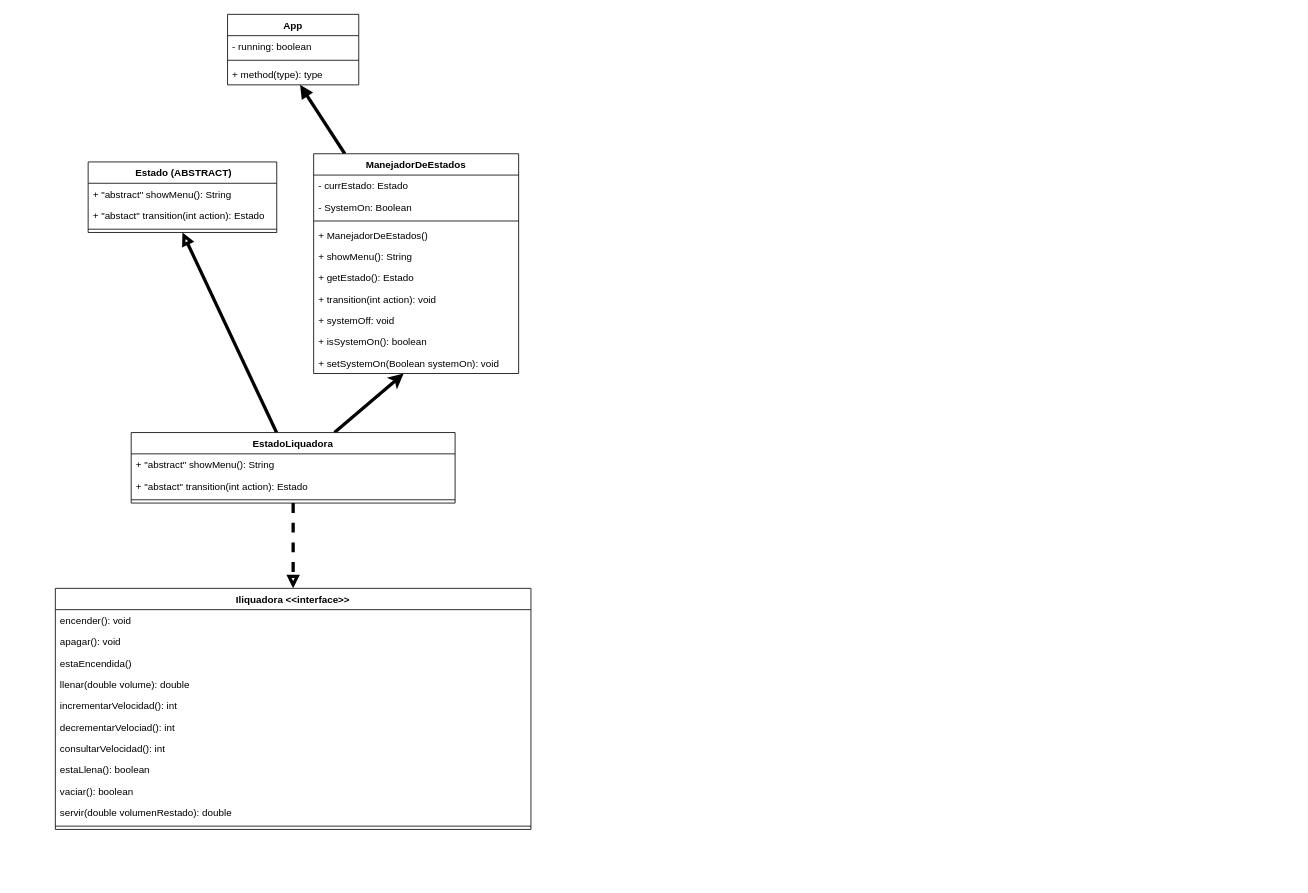
Above: app/Analysis/ULM.drawio in adrianArimany/CC2016_Hojas_trabajos (draw.io), before the change. Source tidied: cells renumbered, new cells numbered last; positions are measured from the earlier drawing's top-left corner, leaving out a move shared by most shapes. Both pictures are drawn from the tidied source at 82%, with x=0, y=0 at pixel (55, 14).
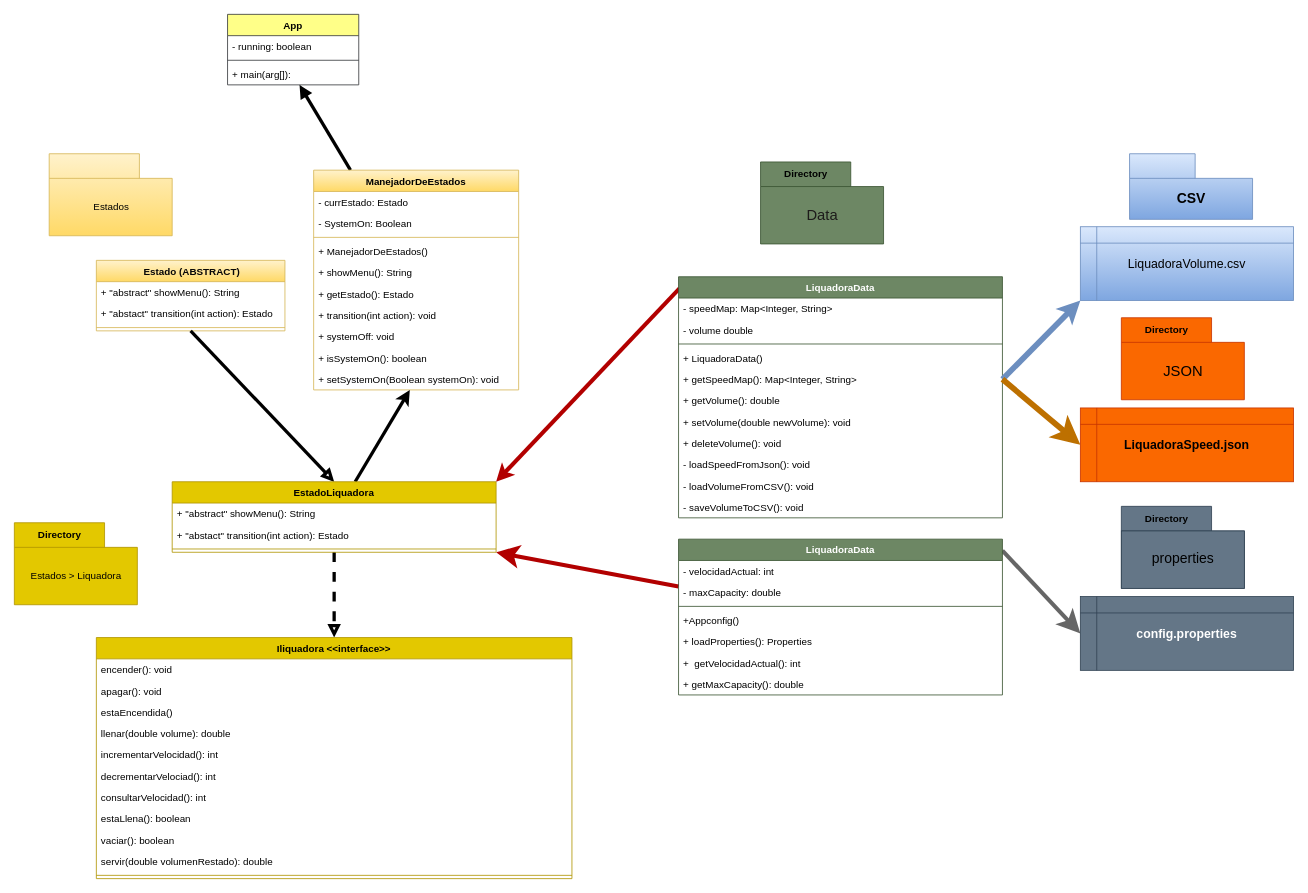
The same page after the edit.

The edit, as a diff of the source:
```diff
@@
-    <mxCell id="2" value="App" style="swimlane;fontStyle=1;align=center;verticalAlign=top;horizontal=1;startSize=26;" parent="1" vertex="1">
+    <mxCell id="2" value="App" style="swimlane;fontStyle=1;align=center;verticalAlign=top;horizontal=1;startSize=26;fillColor=#ffff88;strokeColor=#36393d;fontColor=#000000;" parent="1" vertex="1">
       <mxGeometry x="210" width="160" height="86" as="geometry" />
     </mxCell>
@@
-    <mxCell id="5" value="+ method(type): type" style="text;strokeColor=none;fillColor=none;align=left;verticalAlign=top;spacingLeft=4;spacingRight=4;overflow=hidden;points=[[0,0.5],[1,0.5]];portConstraint=eastwest;" parent="2" vertex="1">
+    <mxCell id="5" value="+ main(arg[]): " style="text;strokeColor=none;fillColor=none;align=left;verticalAlign=top;spacingLeft=4;spacingRight=4;overflow=hidden;points=[[0,0.5],[1,0.5]];portConstraint=eastwest;" parent="2" vertex="1">
       <mxGeometry y="60" width="160" height="26" as="geometry" />
     </mxCell>
-    <mxCell id="6" value=" Estado (ABSTRACT)" style="swimlane;fontStyle=1;align=center;verticalAlign=top;horizontal=1;startSize=26;" parent="1" vertex="1">
-      <mxGeometry x="40" y="180" width="230" height="86" as="geometry" />
+    <mxCell id="6" value=" Estado (ABSTRACT)" style="swimlane;fontStyle=1;align=center;verticalAlign=top;horizontal=1;startSize=26;fillColor=#fff2cc;gradientColor=#ffd966;strokeColor=#d6b656;fontColor=#080707;" parent="1" vertex="1">
+      <mxGeometry x="50" y="300" width="230" height="86" as="geometry" />
     </mxCell>
@@
-    <mxCell id="11" value="ManejadorDeEstados" style="swimlane;fontStyle=1;align=center;verticalAlign=top;horizontal=1;startSize=26;" parent="1" vertex="1">
-      <mxGeometry x="315" y="170" width="250" height="268" as="geometry" />
+    <mxCell id="11" value="ManejadorDeEstados" style="swimlane;fontStyle=1;align=center;verticalAlign=top;horizontal=1;startSize=26;fillColor=#fff2cc;gradientColor=#ffd966;strokeColor=#d6b656;fontColor=#000000;" parent="1" vertex="1">
+      <mxGeometry x="315" y="190" width="250" height="268" as="geometry" />
     </mxCell>
@@
-    <mxCell id="23" style="edgeStyle=none;html=1;entryX=0.5;entryY=1;entryDx=0;entryDy=0;strokeWidth=4;endArrow=block;endFill=0;" parent="1" edge="1" source="25" target="6">
+    <mxCell id="23" style="edgeStyle=none;html=1;entryX=0.5;entryY=0;entryDx=0;entryDy=0;strokeWidth=4;endArrow=block;endFill=0;exitX=0.5;exitY=1;exitDx=0;exitDy=0;" parent="1" edge="1" source="6" target="25">
       <mxGeometry relative="1" as="geometry" />
     </mxCell>
@@
-    <mxCell id="25" value=" EstadoLiquadora " style="swimlane;fontStyle=1;align=center;verticalAlign=top;horizontal=1;startSize=26;" parent="1" vertex="1">
-      <mxGeometry x="92.5" y="510" width="395" height="86" as="geometry" />
+    <mxCell id="25" value=" EstadoLiquadora " style="swimlane;fontStyle=1;align=center;verticalAlign=top;horizontal=1;startSize=26;fillColor=#e3c800;fontColor=#000000;strokeColor=#B09500;" parent="1" vertex="1">
+      <mxGeometry x="142.5" y="570" width="395" height="86" as="geometry" />
     </mxCell>
@@
-    <mxCell id="29" value="Iliquadora &lt;&lt;interface&gt;&gt;" style="swimlane;fontStyle=1;align=center;verticalAlign=top;horizontal=1;startSize=26;" parent="1" vertex="1">
-      <mxGeometry y="700" width="580" height="294" as="geometry" />
+    <mxCell id="29" value="Iliquadora &lt;&lt;interface&gt;&gt;" style="swimlane;fontStyle=1;align=center;verticalAlign=top;horizontal=1;startSize=26;fillColor=#e3c800;fontColor=#000000;strokeColor=#B09500;" parent="1" vertex="1">
+      <mxGeometry x="50" y="760" width="580" height="294" as="geometry" />
     </mxCell>
@@
+    <mxCell id="41" style="edgeStyle=none;html=1;entryX=1;entryY=0;entryDx=0;entryDy=0;exitX=0.003;exitY=0.048;exitDx=0;exitDy=0;strokeWidth=5;fillColor=#e51400;strokeColor=#B20000;exitPerimeter=0;" parent="1" edge="1" source="42" target="25">
+      <mxGeometry relative="1" as="geometry" />
+    </mxCell>
+    <mxCell id="42" value="LiquadoraData" style="swimlane;fontStyle=1;align=center;verticalAlign=top;horizontal=1;startSize=26;fillColor=#6d8764;strokeColor=#3A5431;fontColor=#ffffff;" parent="1" vertex="1">
+      <mxGeometry x="760" y="320" width="395" height="294" as="geometry" />
+    </mxCell>
+    <mxCell id="43" value="- speedMap: Map&lt;Integer, String&gt;" style="text;strokeColor=none;fillColor=none;align=left;verticalAlign=top;spacingLeft=4;spacingRight=4;overflow=hidden;" parent="42" vertex="1">
+      <mxGeometry y="26" width="395" height="26" as="geometry" />
+    </mxCell>
+    <mxCell id="44" value="- volume double" style="text;strokeColor=none;fillColor=none;align=left;verticalAlign=top;spacingLeft=4;spacingRight=4;overflow=hidden;" parent="42" vertex="1">
+      <mxGeometry y="52" width="395" height="26" as="geometry" />
+    </mxCell>
+    <mxCell id="45" style="line;strokeWidth=1;fillColor=none;align=left;verticalAlign=middle;spacingTop=-1;spacingLeft=3;spacingRight=3;labelPosition=right;strokeColor=inherit;" parent="42" vertex="1">
+      <mxGeometry y="78" width="395" height="8" as="geometry" />
+    </mxCell>
+    <mxCell id="46" value="+ LiquadoraData()" style="text;strokeColor=none;fillColor=none;align=left;verticalAlign=top;spacingLeft=4;spacingRight=4;overflow=hidden;" parent="42" vertex="1">
+      <mxGeometry y="86" width="395" height="26" as="geometry" />
+    </mxCell>
+    <mxCell id="47" value="+ getSpeedMap(): Map&lt;Integer, String&gt;" style="text;strokeColor=none;fillColor=none;align=left;verticalAlign=top;spacingLeft=4;spacingRight=4;overflow=hidden;points=[[0,0.5],[1,0.5]];portConstraint=eastwest;" parent="42" vertex="1">
+      <mxGeometry y="112" width="395" height="26" as="geometry" />
+    </mxCell>
+    <mxCell id="48" value="+ getVolume(): double" style="text;strokeColor=none;fillColor=none;align=left;verticalAlign=top;spacingLeft=4;spacingRight=4;overflow=hidden;" parent="42" vertex="1">
+      <mxGeometry y="138" width="395" height="26" as="geometry" />
+    </mxCell>
+    <mxCell id="49" value="+ setVolume(double newVolume): void" style="text;strokeColor=none;fillColor=none;align=left;verticalAlign=top;spacingLeft=4;spacingRight=4;overflow=hidden;" parent="42" vertex="1">
+      <mxGeometry y="164" width="395" height="26" as="geometry" />
+    </mxCell>
+    <mxCell id="50" value="+ deleteVolume(): void" style="text;strokeColor=none;fillColor=none;align=left;verticalAlign=top;spacingLeft=4;spacingRight=4;overflow=hidden;" parent="42" vertex="1">
+      <mxGeometry y="190" width="395" height="26" as="geometry" />
+    </mxCell>
+    <mxCell id="51" value="- loadSpeedFromJson(): void" style="text;strokeColor=none;fillColor=none;align=left;verticalAlign=top;spacingLeft=4;spacingRight=4;overflow=hidden;" parent="42" vertex="1">
+      <mxGeometry y="216" width="395" height="26" as="geometry" />
+    </mxCell>
+    <mxCell id="52" value="- loadVolumeFromCSV(): void" style="text;strokeColor=none;fillColor=none;align=left;verticalAlign=top;spacingLeft=4;spacingRight=4;overflow=hidden;" parent="42" vertex="1">
+      <mxGeometry y="242" width="395" height="26" as="geometry" />
+    </mxCell>
+    <mxCell id="53" value="- saveVolumeToCSV(): void" style="text;strokeColor=none;fillColor=none;align=left;verticalAlign=top;spacingLeft=4;spacingRight=4;overflow=hidden;" parent="42" vertex="1">
+      <mxGeometry y="268" width="395" height="26" as="geometry" />
+    </mxCell>
+    <mxCell id="54" style="edgeStyle=none;html=1;entryX=1;entryY=0.5;entryDx=0;entryDy=0;startArrow=classic;startFill=1;endArrow=none;endFill=0;endSize=13;exitX=0;exitY=1;exitDx=0;exitDy=0;fillColor=#dae8fc;strokeColor=#6c8ebf;strokeWidth=7;gradientColor=#7ea6e0;" parent="1" edge="1" source="55" target="47">
+      <mxGeometry relative="1" as="geometry" />
+    </mxCell>
+    <mxCell id="55" value="&lt;font color=&quot;#000000&quot; style=&quot;font-size: 15px;&quot;&gt;LiquadoraVolume.csv&lt;/font&gt;" style="shape=internalStorage;whiteSpace=wrap;html=1;backgroundOutline=1;fillColor=#dae8fc;strokeColor=#6c8ebf;gradientColor=#7ea6e0;" parent="1" vertex="1">
+      <mxGeometry x="1250" y="259" width="260" height="90" as="geometry" />
+    </mxCell>
+    <mxCell id="56" value="&lt;b&gt;&lt;font style=&quot;font-size: 15px;&quot;&gt;LiquadoraSpeed.json&lt;/font&gt;&lt;/b&gt;" style="shape=internalStorage;whiteSpace=wrap;html=1;backgroundOutline=1;fillColor=#fa6800;strokeColor=#C73500;fontColor=#000000;" parent="1" vertex="1">
+      <mxGeometry x="1250" y="480" width="260" height="90" as="geometry" />
+    </mxCell>
+    <mxCell id="57" style="edgeStyle=none;html=1;entryX=0;entryY=0.5;entryDx=0;entryDy=0;strokeWidth=7;startArrow=none;startFill=0;endArrow=classic;endFill=1;endSize=13;exitX=1;exitY=0.5;exitDx=0;exitDy=0;fillColor=#f0a30a;strokeColor=#BD7000;" parent="1" edge="1" source="47" target="56">
+      <mxGeometry relative="1" as="geometry" />
+    </mxCell>
+    <mxCell id="58" style="edgeStyle=none;html=1;entryX=0;entryY=0.5;entryDx=0;entryDy=0;strokeWidth=5;fontSize=15;startArrow=none;startFill=0;endArrow=classic;endFill=1;endSize=13;exitX=1;exitY=0.074;exitDx=0;exitDy=0;exitPerimeter=0;fillColor=#f5f5f5;strokeColor=#666666;gradientColor=#b3b3b3;" parent="1" edge="1" source="60" target="68">
+      <mxGeometry relative="1" as="geometry" />
+    </mxCell>
+    <mxCell id="59" style="edgeStyle=none;html=1;entryX=1;entryY=1;entryDx=0;entryDy=0;strokeWidth=5;fontSize=15;startArrow=none;startFill=0;endArrow=classic;endFill=1;endSize=13;fillColor=#e51400;strokeColor=#B20000;" parent="1" edge="1" source="60" target="25">
+      <mxGeometry relative="1" as="geometry" />
+    </mxCell>
+    <mxCell id="60" value="LiquadoraData" style="swimlane;fontStyle=1;align=center;verticalAlign=top;horizontal=1;startSize=26;fillColor=#6d8764;strokeColor=#3A5431;fontColor=#ffffff;" parent="1" vertex="1">
+      <mxGeometry x="760" y="640" width="395" height="190" as="geometry" />
+    </mxCell>
+    <mxCell id="61" value="- velocidadActual: int" style="text;strokeColor=none;fillColor=none;align=left;verticalAlign=top;spacingLeft=4;spacingRight=4;overflow=hidden;" parent="60" vertex="1">
+      <mxGeometry y="26" width="395" height="26" as="geometry" />
+    </mxCell>
+    <mxCell id="62" value="- maxCapacity: double" style="text;strokeColor=none;fillColor=none;align=left;verticalAlign=top;spacingLeft=4;spacingRight=4;overflow=hidden;" parent="60" vertex="1">
+      <mxGeometry y="52" width="395" height="26" as="geometry" />
+    </mxCell>
+    <mxCell id="63" style="line;strokeWidth=1;fillColor=none;align=left;verticalAlign=middle;spacingTop=-1;spacingLeft=3;spacingRight=3;labelPosition=right;strokeColor=inherit;" parent="60" vertex="1">
+      <mxGeometry y="78" width="395" height="8" as="geometry" />
+    </mxCell>
+    <mxCell id="64" value="+Appconfig()" style="text;strokeColor=none;fillColor=none;align=left;verticalAlign=top;spacingLeft=4;spacingRight=4;overflow=hidden;" parent="60" vertex="1">
+      <mxGeometry y="86" width="395" height="26" as="geometry" />
+    </mxCell>
+    <mxCell id="65" value="+ loadProperties(): Properties" style="text;strokeColor=none;fillColor=none;align=left;verticalAlign=top;spacingLeft=4;spacingRight=4;overflow=hidden;" parent="60" vertex="1">
+      <mxGeometry y="112" width="395" height="26" as="geometry" />
+    </mxCell>
+    <mxCell id="66" value="+  getVelocidadActual(): int" style="text;strokeColor=none;fillColor=none;align=left;verticalAlign=top;spacingLeft=4;spacingRight=4;overflow=hidden;" parent="60" vertex="1">
+      <mxGeometry y="138" width="395" height="26" as="geometry" />
+    </mxCell>
+    <mxCell id="67" value="+ getMaxCapacity(): double" style="text;strokeColor=none;fillColor=none;align=left;verticalAlign=top;spacingLeft=4;spacingRight=4;overflow=hidden;" parent="60" vertex="1">
+      <mxGeometry y="164" width="395" height="26" as="geometry" />
+    </mxCell>
+    <mxCell id="68" value="&lt;b&gt;&lt;font style=&quot;font-size: 15px;&quot;&gt;config.properties&lt;/font&gt;&lt;/b&gt;" style="shape=internalStorage;whiteSpace=wrap;html=1;backgroundOutline=1;fillColor=#647687;strokeColor=#314354;fontColor=#ffffff;" parent="1" vertex="1">
+      <mxGeometry x="1250" y="710" width="260" height="90" as="geometry" />
+    </mxCell>
+    <mxCell id="69" value="&lt;span style=&quot;color: rgb(0, 0, 0);&quot;&gt;Directory&lt;/span&gt;" style="shape=folder;fontStyle=1;tabWidth=110;tabHeight=30;tabPosition=left;html=1;boundedLbl=1;labelInHeader=1;fillColor=#6d8764;fontColor=#ffffff;strokeColor=#3A5431;" parent="1" vertex="1">
+      <mxGeometry x="860" y="180" width="150" height="100" as="geometry" />
+    </mxCell>
+    <mxCell id="70" value="&lt;font style=&quot;font-size: 18px;&quot; color=&quot;#1d1b1b&quot;&gt;Data&lt;/font&gt;" style="html=1;strokeColor=none;fillColor=none;" parent="69" vertex="1">
+      <mxGeometry width="150" height="70" relative="1" as="geometry">
+        <mxPoint y="30" as="offset" />
+      </mxGeometry>
+    </mxCell>
+    <mxCell id="71" value="&lt;font style=&quot;font-size: 17px;&quot; color=&quot;#000000&quot;&gt;CSV&lt;/font&gt;" style="shape=folder;fontStyle=1;tabWidth=80;tabHeight=30;tabPosition=left;html=1;boundedLbl=1;fillColor=#dae8fc;gradientColor=#7ea6e0;strokeColor=#6c8ebf;" parent="1" vertex="1">
+      <mxGeometry x="1310" y="170" width="150" height="80" as="geometry" />
+    </mxCell>
+    <mxCell id="72" value="Directory" style="shape=folder;fontStyle=1;tabWidth=110;tabHeight=30;tabPosition=left;html=1;boundedLbl=1;labelInHeader=1;fillColor=#fa6800;strokeColor=#C73500;fontColor=#000000;" parent="1" vertex="1">
+      <mxGeometry x="1300" y="370" width="150" height="100" as="geometry" />
+    </mxCell>
+    <mxCell id="73" value="&lt;font style=&quot;font-size: 18px;&quot;&gt;JSON&lt;/font&gt;" style="html=1;strokeColor=none;fillColor=none;fontColor=#000000;" parent="72" vertex="1">
+      <mxGeometry width="150" height="70" relative="1" as="geometry">
+        <mxPoint y="30" as="offset" />
+      </mxGeometry>
+    </mxCell>
+    <mxCell id="74" value="&lt;span style=&quot;color: rgb(0, 0, 0);&quot;&gt;Directory&lt;/span&gt;" style="shape=folder;fontStyle=1;tabWidth=110;tabHeight=30;tabPosition=left;html=1;boundedLbl=1;labelInHeader=1;fillColor=#647687;strokeColor=#314354;fontColor=#ffffff;" parent="1" vertex="1">
+      <mxGeometry x="1300" y="600" width="150" height="100" as="geometry" />
+    </mxCell>
+    <mxCell id="75" value="&lt;font style=&quot;font-size: 17px;&quot; color=&quot;#000000&quot;&gt;properties&lt;/font&gt;" style="html=1;strokeColor=#314354;fillColor=#647687;fontColor=#ffffff;" parent="74" vertex="1">
+      <mxGeometry width="150" height="70" relative="1" as="geometry">
+        <mxPoint y="30" as="offset" />
+      </mxGeometry>
+    </mxCell>
+    <mxCell id="76" value="Directory" style="shape=folder;fontStyle=1;tabWidth=110;tabHeight=30;tabPosition=left;html=1;boundedLbl=1;labelInHeader=1;fontColor=#000000;fillColor=#e3c800;strokeColor=#B09500;" parent="1" vertex="1">
+      <mxGeometry x="-50" y="620" width="150" height="100" as="geometry" />
+    </mxCell>
+    <mxCell id="77" value="Estados &amp;gt; Liquadora" style="html=1;strokeColor=none;fillColor=none;fontColor=#000000;" parent="76" vertex="1">
+      <mxGeometry width="150" height="70" relative="1" as="geometry">
+        <mxPoint y="30" as="offset" />
+      </mxGeometry>
+    </mxCell>
+    <mxCell id="78" style="shape=folder;fontStyle=1;tabWidth=110;tabHeight=30;tabPosition=left;html=1;boundedLbl=1;labelInHeader=1;fillColor=#fff2cc;strokeColor=#d6b656;gradientColor=#ffd966;" parent="1" vertex="1">
+      <mxGeometry x="-7.5" y="170" width="150" height="100" as="geometry" />
+    </mxCell>
+    <mxCell id="79" value="Estados" style="html=1;strokeColor=none;fillColor=none;fontColor=#000000;" parent="78" vertex="1">
+      <mxGeometry width="150" height="70" relative="1" as="geometry">
+        <mxPoint y="30" as="offset" />
+      </mxGeometry>
+    </mxCell>
```
